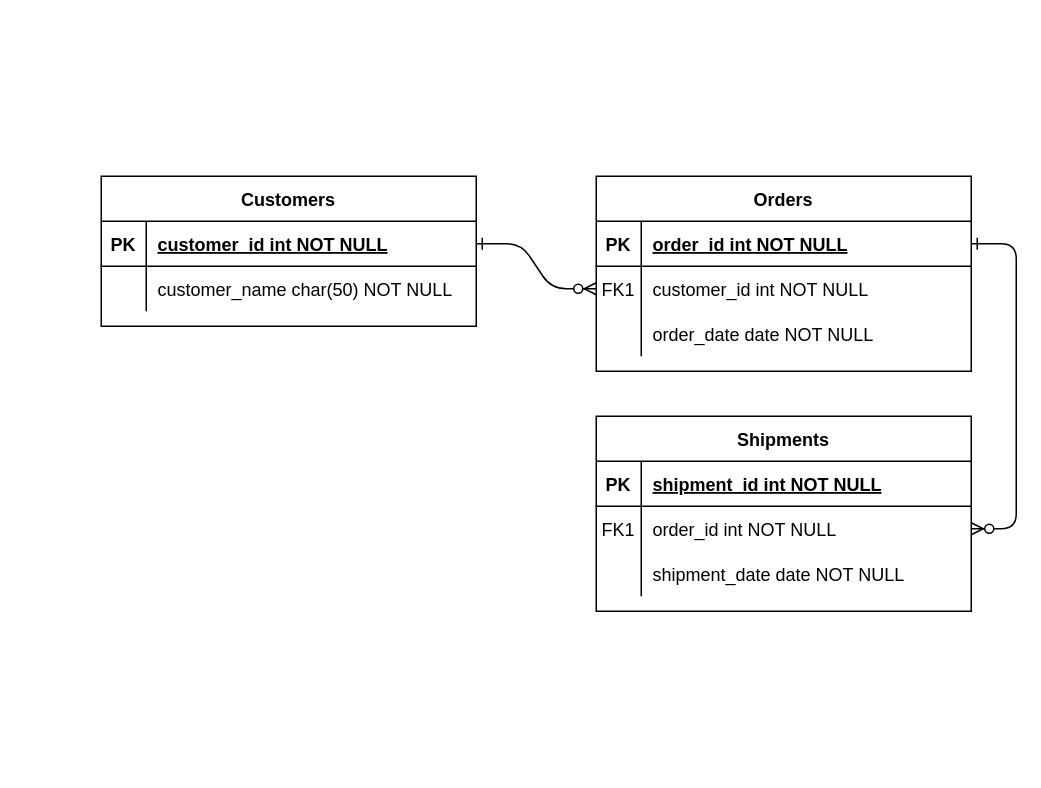
Above: LibraryDB-ERD.drawio in jazbassi1/sql-libraryDB-system (draw.io), before the change. Source tidied: cells renumbered, new cells numbered last; positions are measured from the earlier drawing's top-left corner, leaving out a move shared by most shapes. Both pictures are drawn from the tidied source at 150%, with x=0, y=0 at pixel (100, 176).
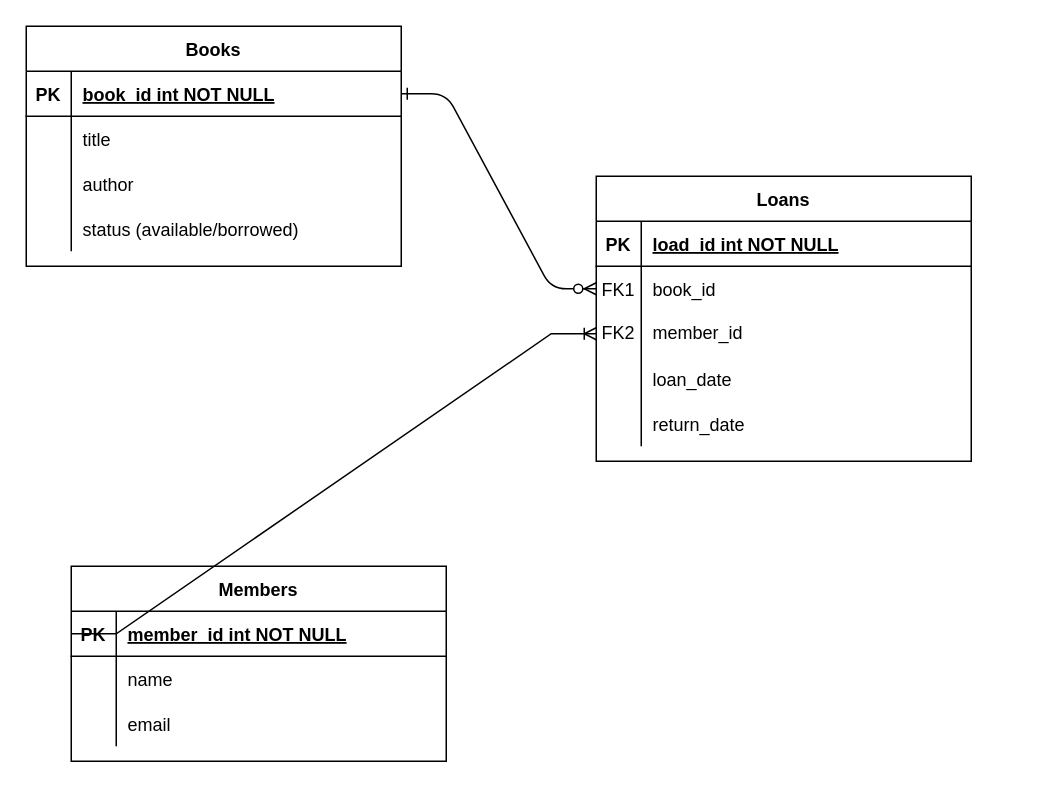
Above is the later version.

Unchanged cells that the change refers to:
```xml
<mxCell id="5" style="shape=partialRectangle;fillColor=none;points=[[0,0.5],[1,0.5]];portConstraint=eastwest;top=0;left=0;right=0;bottom=1;" parent="4" vertex="1">
  <mxGeometry y="30" width="250" height="30" as="geometry" />
</mxCell>
<mxCell id="8" style="shape=partialRectangle;fillColor=none;points=[[0,0.5],[1,0.5]];portConstraint=eastwest;top=0;left=0;right=0;bottom=0;" parent="4" vertex="1">
  <mxGeometry y="60" width="250" height="30" as="geometry" />
</mxCell>
<mxCell id="15" style="shape=partialRectangle;fillColor=none;points=[[0,0.5],[1,0.5]];portConstraint=eastwest;top=0;left=0;right=0;bottom=1;" parent="14" vertex="1">
  <mxGeometry y="30" width="250" height="30" as="geometry" />
</mxCell>
<mxCell id="18" style="shape=partialRectangle;fillColor=none;points=[[0,0.5],[1,0.5]];portConstraint=eastwest;top=0;left=0;right=0;bottom=0;" parent="14" vertex="1">
  <mxGeometry y="60" width="250" height="30" as="geometry" />
</mxCell>
<mxCell id="25" style="shape=partialRectangle;fillColor=none;points=[[0,0.5],[1,0.5]];portConstraint=eastwest;top=0;left=0;right=0;bottom=1;" parent="24" vertex="1">
  <mxGeometry y="30" width="250" height="30" as="geometry" />
</mxCell>
```

Diff of the diagram source:
```diff
@@
-    <mxCell id="3" style="edgeStyle=entityRelationEdgeStyle;endArrow=ERzeroToMany;startArrow=ERone;endFill=1;startFill=0;" parent="1" edge="1" source="5" target="18">
-      <mxGeometry relative="1" as="geometry" />
-    </mxCell>
-    <mxCell id="4" value="Orders" style="shape=table;startSize=30;childLayout=tableLayout;rowLines=0;fontStyle=1;align=center;" parent="1" vertex="1">
-      <mxGeometry x="330" width="250" height="130" as="geometry" />
+    <mxCell id="4" value="Loans" style="shape=table;startSize=30;childLayout=tableLayout;rowLines=0;fontStyle=1;align=center;" parent="1" vertex="1">
+      <mxGeometry x="330" width="250" height="190" as="geometry" />
     </mxCell>
@@
-    <mxCell id="7" value="order_id int NOT NULL " style="shape=partialRectangle;overflow=hidden;fillColor=none;top=0;left=0;bottom=0;right=0;align=left;spacingLeft=6;fontStyle=5;" parent="5" vertex="1">
+    <mxCell id="7" value="load_id int NOT NULL " style="shape=partialRectangle;overflow=hidden;fillColor=none;top=0;left=0;bottom=0;right=0;align=left;spacingLeft=6;fontStyle=5;" parent="5" vertex="1">
       <mxGeometry x="30" width="220" height="30" as="geometry" />
     </mxCell>
@@
-    <mxCell id="10" value="customer_id int NOT NULL" style="shape=partialRectangle;overflow=hidden;fillColor=none;top=0;left=0;bottom=0;right=0;align=left;spacingLeft=6;" parent="8" vertex="1">
+    <mxCell id="10" value="book_id" style="shape=partialRectangle;overflow=hidden;fillColor=none;top=0;left=0;bottom=0;right=0;align=left;spacingLeft=6;" parent="8" vertex="1">
       <mxGeometry x="30" width="220" height="30" as="geometry" />
     </mxCell>
+    <mxCell id="31" style="shape=tableRow;horizontal=0;startSize=0;swimlaneHead=0;swimlaneBody=0;fillColor=none;points=[[0,0.5],[1,0.5]];portConstraint=eastwest;top=0;left=0;right=0;bottom=0;" parent="4" vertex="1">
+      <mxGeometry y="90" width="250" height="30" as="geometry" />
+    </mxCell>
+    <mxCell id="32" value="FK2" style="shape=partialRectangle;fillColor=none;top=0;left=0;bottom=0;right=0;fontStyle=0;overflow=hidden;whiteSpace=wrap;html=1;" parent="31" vertex="1">
+      <mxGeometry width="30" height="30" as="geometry" />
+    </mxCell>
+    <mxCell id="33" value="member_id" style="shape=partialRectangle;fillColor=none;top=0;left=0;bottom=0;right=0;align=left;spacingLeft=6;fontStyle=0;overflow=hidden;whiteSpace=wrap;html=1;" parent="31" vertex="1">
+      <mxGeometry x="30" width="220" height="30" as="geometry" />
+    </mxCell>
     <mxCell id="11" style="shape=partialRectangle;fillColor=none;top=0;left=0;right=0;bottom=0;" parent="4" vertex="1">
-      <mxGeometry y="90" width="250" height="30" as="geometry" />
+      <mxGeometry y="120" width="250" height="30" as="geometry" />
     </mxCell>
@@
-    <mxCell id="13" value="order_date date NOT NULL" style="shape=partialRectangle;overflow=hidden;fillColor=none;top=0;left=0;bottom=0;right=0;align=left;spacingLeft=6;" parent="11" vertex="1">
+    <mxCell id="13" value="loan_date" style="shape=partialRectangle;overflow=hidden;fillColor=none;top=0;left=0;bottom=0;right=0;align=left;spacingLeft=6;" parent="11" vertex="1">
       <mxGeometry x="30" width="220" height="30" as="geometry" />
     </mxCell>
+    <mxCell id="34" style="shape=tableRow;horizontal=0;startSize=0;swimlaneHead=0;swimlaneBody=0;fillColor=none;top=0;left=0;right=0;bottom=0;" parent="4" vertex="1">
+      <mxGeometry y="150" width="250" height="30" as="geometry" />
+    </mxCell>
+    <mxCell id="35" style="shape=partialRectangle;fillColor=none;top=0;left=0;bottom=0;right=0;overflow=hidden;" parent="34" vertex="1">
+      <mxGeometry width="30" height="30" as="geometry" />
+    </mxCell>
+    <mxCell id="36" value="return_date" style="shape=partialRectangle;fillColor=none;top=0;left=0;bottom=0;right=0;align=left;spacingLeft=6;overflow=hidden;" parent="34" vertex="1">
+      <mxGeometry x="30" width="220" height="30" as="geometry" />
+    </mxCell>
-    <mxCell id="14" value="Shipments" style="shape=table;startSize=30;childLayout=tableLayout;rowLines=0;fontStyle=1;align=center;" parent="1" vertex="1">
-      <mxGeometry x="330" y="160" width="250" height="130" as="geometry" />
+    <mxCell id="14" value="Members" style="shape=table;startSize=30;childLayout=tableLayout;rowLines=0;fontStyle=1;align=center;" parent="1" vertex="1">
+      <mxGeometry x="-20" y="260" width="250" height="130" as="geometry" />
     </mxCell>
@@
-    <mxCell id="17" value="shipment_id int NOT NULL " style="shape=partialRectangle;overflow=hidden;fillColor=none;top=0;left=0;bottom=0;right=0;align=left;spacingLeft=6;fontStyle=5;" parent="15" vertex="1">
+    <mxCell id="17" value="member_id int NOT NULL " style="shape=partialRectangle;overflow=hidden;fillColor=none;top=0;left=0;bottom=0;right=0;align=left;spacingLeft=6;fontStyle=5;" parent="15" vertex="1">
       <mxGeometry x="30" width="220" height="30" as="geometry" />
     </mxCell>
@@
-    <mxCell id="19" value="FK1" style="shape=partialRectangle;overflow=hidden;fillColor=none;top=0;left=0;bottom=0;right=0;" parent="18" vertex="1">
+    <mxCell id="19" style="shape=partialRectangle;overflow=hidden;fillColor=none;top=0;left=0;bottom=0;right=0;" parent="18" vertex="1">
       <mxGeometry width="30" height="30" as="geometry" />
     </mxCell>
-    <mxCell id="20" value="order_id int NOT NULL" style="shape=partialRectangle;overflow=hidden;fillColor=none;top=0;left=0;bottom=0;right=0;align=left;spacingLeft=6;" parent="18" vertex="1">
+    <mxCell id="20" value="name" style="shape=partialRectangle;overflow=hidden;fillColor=none;top=0;left=0;bottom=0;right=0;align=left;spacingLeft=6;" parent="18" vertex="1">
       <mxGeometry x="30" width="220" height="30" as="geometry" />
     </mxCell>
-    <mxCell id="21" style="shape=partialRectangle;fillColor=none;top=0;left=0;right=0;bottom=0;" parent="14" vertex="1">
-      <mxGeometry y="90" width="250" height="30" as="geometry" />
-    </mxCell>
-    <mxCell id="22" style="shape=partialRectangle;overflow=hidden;fillColor=none;top=0;left=0;bottom=0;right=0;" parent="21" vertex="1">
-      <mxGeometry width="30" height="30" as="geometry" />
-    </mxCell>
-    <mxCell id="23" value="shipment_date date NOT NULL" style="shape=partialRectangle;overflow=hidden;fillColor=none;top=0;left=0;bottom=0;right=0;align=left;spacingLeft=6;" parent="21" vertex="1">
-      <mxGeometry x="30" width="220" height="30" as="geometry" />
-    </mxCell>
+    <mxCell id="37" style="shape=tableRow;horizontal=0;startSize=0;swimlaneHead=0;swimlaneBody=0;fillColor=none;top=0;left=0;right=0;bottom=0;" parent="14" vertex="1">
+      <mxGeometry y="90" width="250" height="30" as="geometry" />
+    </mxCell>
+    <mxCell id="38" style="shape=partialRectangle;fillColor=none;top=0;left=0;bottom=0;right=0;overflow=hidden;" parent="37" vertex="1">
+      <mxGeometry width="30" height="30" as="geometry" />
+    </mxCell>
+    <mxCell id="39" value="email" style="shape=partialRectangle;fillColor=none;top=0;left=0;bottom=0;right=0;align=left;spacingLeft=6;overflow=hidden;" parent="37" vertex="1">
+      <mxGeometry x="30" width="220" height="30" as="geometry" />
+    </mxCell>
-    <mxCell id="24" value="Customers" style="shape=table;startSize=30;childLayout=tableLayout;rowLines=0;fontStyle=1;align=center;" parent="1" vertex="1">
-      <mxGeometry width="250" height="100" as="geometry" />
+    <mxCell id="24" value="Books" style="shape=table;startSize=30;childLayout=tableLayout;rowLines=0;fontStyle=1;align=center;" parent="1" vertex="1">
+      <mxGeometry x="-50" y="-100" width="250" height="160" as="geometry" />
     </mxCell>
@@
-    <mxCell id="27" value="customer_id int NOT NULL " style="shape=partialRectangle;overflow=hidden;fillColor=none;top=0;left=0;bottom=0;right=0;align=left;spacingLeft=6;fontStyle=5;" parent="25" vertex="1">
+    <mxCell id="27" value="book_id int NOT NULL" style="shape=partialRectangle;overflow=hidden;fillColor=none;top=0;left=0;bottom=0;right=0;align=left;spacingLeft=6;fontStyle=5;" parent="25" vertex="1">
       <mxGeometry x="30" width="220" height="30" as="geometry" />
     </mxCell>
+    <mxCell id="40" style="shape=tableRow;horizontal=0;startSize=0;swimlaneHead=0;swimlaneBody=0;fillColor=none;top=0;left=0;right=0;bottom=0;" parent="24" vertex="1">
+      <mxGeometry y="60" width="250" height="30" as="geometry" />
+    </mxCell>
+    <mxCell id="41" style="shape=partialRectangle;fillColor=none;top=0;left=0;bottom=0;right=0;overflow=hidden;" parent="40" vertex="1">
+      <mxGeometry width="30" height="30" as="geometry" />
+    </mxCell>
+    <mxCell id="42" value="title" style="shape=partialRectangle;fillColor=none;top=0;left=0;bottom=0;right=0;align=left;spacingLeft=6;overflow=hidden;" parent="40" vertex="1">
+      <mxGeometry x="30" width="220" height="30" as="geometry" />
+    </mxCell>
+    <mxCell id="43" style="shape=tableRow;horizontal=0;startSize=0;swimlaneHead=0;swimlaneBody=0;fillColor=none;top=0;left=0;right=0;bottom=0;" parent="24" vertex="1">
+      <mxGeometry y="90" width="250" height="30" as="geometry" />
+    </mxCell>
+    <mxCell id="44" style="shape=partialRectangle;fillColor=none;top=0;left=0;bottom=0;right=0;overflow=hidden;" parent="43" vertex="1">
+      <mxGeometry width="30" height="30" as="geometry" />
+    </mxCell>
+    <mxCell id="45" value="author" style="shape=partialRectangle;fillColor=none;top=0;left=0;bottom=0;right=0;align=left;spacingLeft=6;overflow=hidden;" parent="43" vertex="1">
+      <mxGeometry x="30" width="220" height="30" as="geometry" />
+    </mxCell>
     <mxCell id="28" style="shape=partialRectangle;fillColor=none;top=0;left=0;right=0;bottom=0;" parent="24" vertex="1">
-      <mxGeometry y="60" width="250" height="30" as="geometry" />
+      <mxGeometry y="120" width="250" height="30" as="geometry" />
     </mxCell>
@@
-    <mxCell id="30" value="customer_name char(50) NOT NULL" style="shape=partialRectangle;overflow=hidden;fillColor=none;top=0;left=0;bottom=0;right=0;align=left;spacingLeft=6;" parent="28" vertex="1">
+    <mxCell id="30" value="status (available/borrowed)" style="shape=partialRectangle;overflow=hidden;fillColor=none;top=0;left=0;bottom=0;right=0;align=left;spacingLeft=6;" parent="28" vertex="1">
       <mxGeometry x="30" width="220" height="30" as="geometry" />
     </mxCell>
+    <mxCell id="46" style="edgeStyle=entityRelationEdgeStyle;fontSize=12;html=1;endArrow=ERoneToMany;rounded=0;entryX=0;entryY=0.5;entryDx=0;entryDy=0;exitX=0;exitY=0.5;exitDx=0;exitDy=0;" parent="1" edge="1" source="15" target="31">
+      <mxGeometry relative="1" as="geometry">
+        <Array as="points">
+          <mxPoint x="290" y="200" />
+        </Array>
+      </mxGeometry>
+    </mxCell>
```
